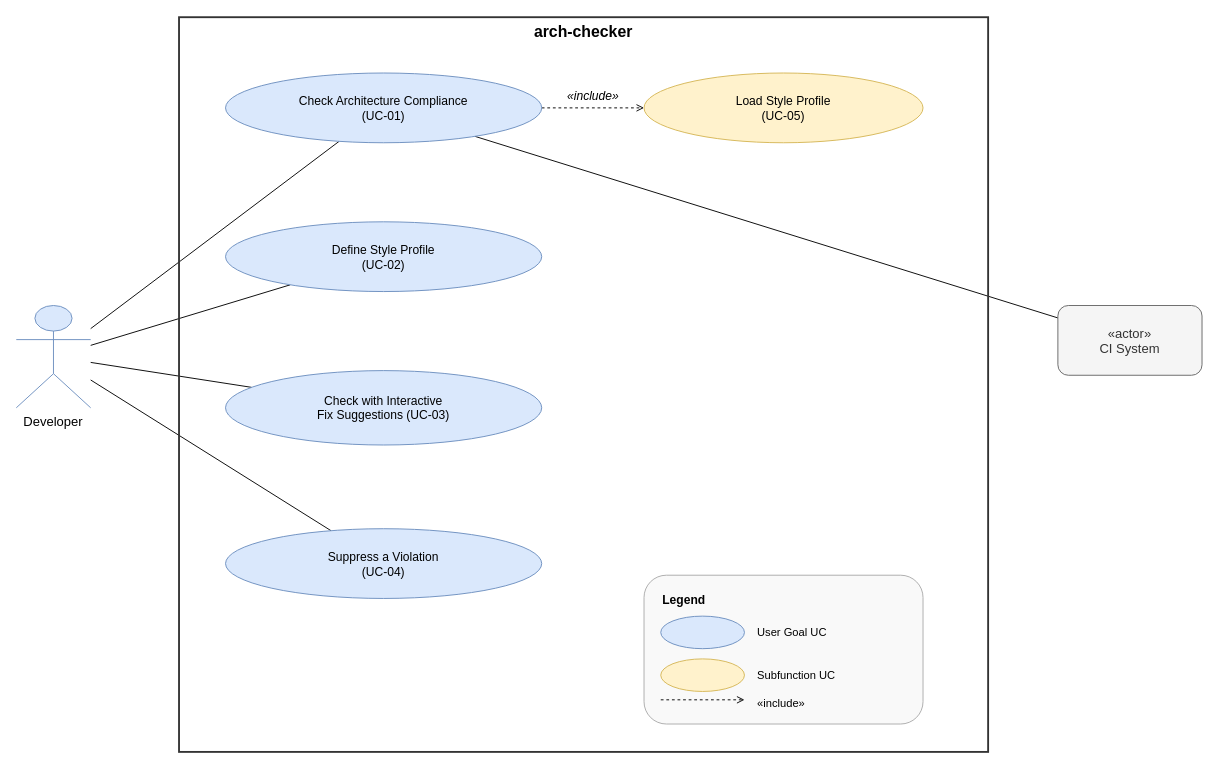
Before: hw/hw2/UseCaseDiagram.drawio in chun-wei0413/arch-checker, a draw.io diagram. Source tidied: cells renumbered, new cells numbered last; positions are measured from the earlier drawing's top-left corner, leaving out a move shared by most shapes. Both pictures are drawn from the tidied source at 93%, with x=0, y=0 at pixel (16, 17).
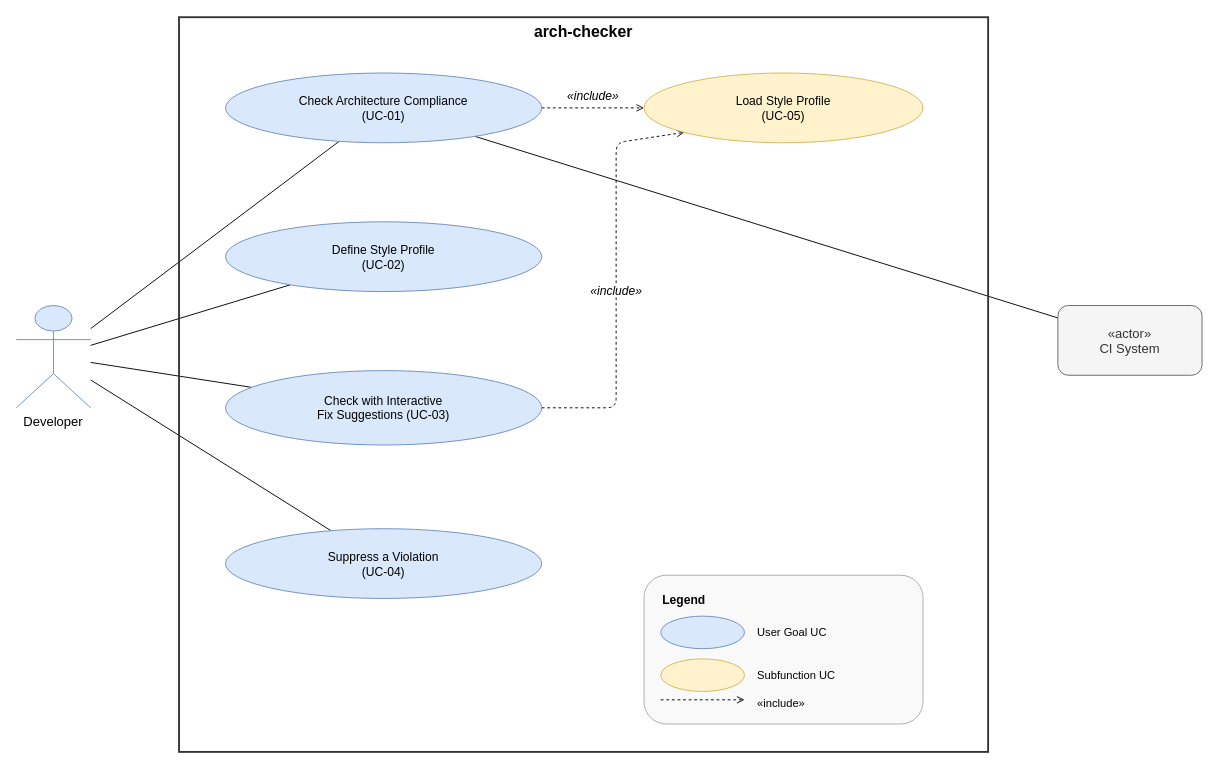
The same diagram, later.

Commit message (it also covers changes not shown here):
[Documentation] Fix HW2 submission issues and update Use Case Diagram

Unchanged cells that the change refers to:
```xml
<mxCell id="13" value="Check with Interactive&#10;Fix Suggestions (UC-03)" style="ellipse;whiteSpace=wrap;html=1;fillColor=#dae8fc;strokeColor=#6c8ebf;fontSize=13;" parent="1" vertex="1">
  <mxGeometry x="225" y="380" width="340" height="80" as="geometry" />
</mxCell>
<mxCell id="15" value="Load Style Profile&#10;(UC-05)" style="ellipse;whiteSpace=wrap;html=1;fillColor=#fff2cc;strokeColor=#d6b656;fontSize=13;" parent="1" vertex="1">
  <mxGeometry x="675" y="60" width="300" height="75" as="geometry" />
</mxCell>
```

Change to the diagram source:
```diff
@@
+    <mxCell id="24" value="«include»" style="dashed=1;endArrow=open;endFill=0;html=1;fontSize=13;fontStyle=2;exitX=1;exitY=0.5;exitDx=0;exitDy=0;entryX=0;entryY=1;entryDx=0;entryDy=0;" parent="1" edge="1" source="13" target="15">
+      <mxGeometry relative="1" as="geometry">
+        <Array as="points">
+          <mxPoint x="645" y="420" />
+          <mxPoint x="645" y="135" />
+        </Array>
+        <mxPoint y="14" as="offset" />
+      </mxGeometry>
+    </mxCell>
```
